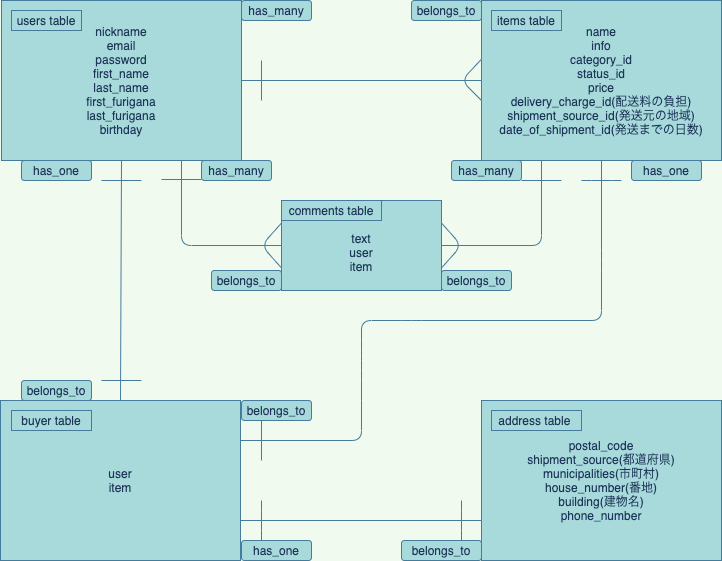
Earlier version of the draw.io export furima_ER.drawio.png (Catastor/furima-30441). Source tidied: cells renumbered, new cells last; positions are measured from the earlier drawing's top-left corner, leaving out a move shared by most shapes.
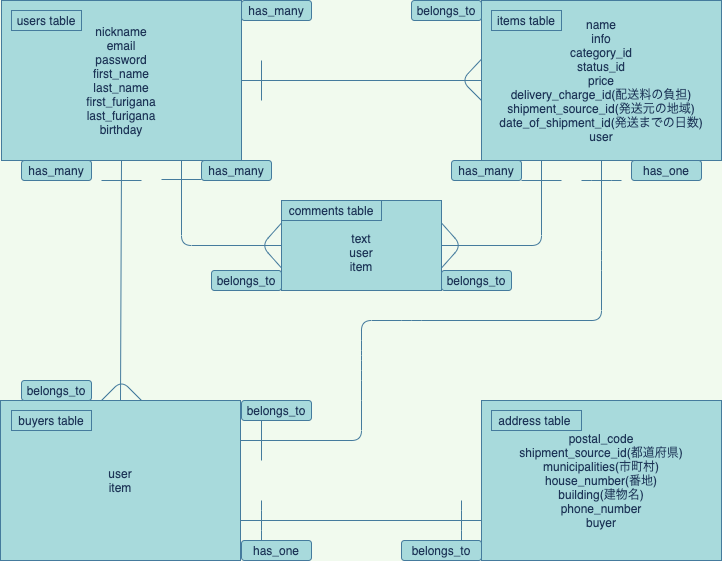
After the change.

Diff of the diagram source:
```diff
@@ -5,7 +5,7 @@
     <mxCell id="2" value="nickname&lt;br&gt;email&lt;br&gt;password&lt;br&gt;first_name&lt;br&gt;last_name&lt;br&gt;first_furigana&lt;br&gt;last_furigana&lt;br&gt;birthday" style="rounded=0;whiteSpace=wrap;html=1;fillColor=#A8DADC;strokeColor=#457B9D;fontColor=#1D3557;" parent="1" vertex="1">
       <mxGeometry x="1" width="240" height="160" as="geometry" />
     </mxCell>
-    <mxCell id="3" value="name&lt;br&gt;info&lt;br&gt;category_id&lt;br&gt;status_id&lt;br&gt;price&lt;br&gt;delivery_charge_id(配送料の負担)&lt;br&gt;shipment_source_id(発送元の地域)&lt;br&gt;date_of_shipment_id(発送までの日数)" style="rounded=0;whiteSpace=wrap;html=1;fillColor=#A8DADC;strokeColor=#457B9D;fontColor=#1D3557;" parent="1" vertex="1">
+    <mxCell id="3" value="name&lt;br&gt;info&lt;br&gt;category_id&lt;br&gt;status_id&lt;br&gt;price&lt;br&gt;delivery_charge_id(配送料の負担)&lt;br&gt;shipment_source_id(発送元の地域)&lt;br&gt;date_of_shipment_id(発送までの日数)&lt;br&gt;user" style="rounded=0;whiteSpace=wrap;html=1;fillColor=#A8DADC;strokeColor=#457B9D;fontColor=#1D3557;" parent="1" vertex="1">
       <mxGeometry x="481" width="240" height="160" as="geometry" />
     </mxCell>
     <mxCell id="4" style="endArrow=none;html=1;exitX=1;exitY=0.5;exitDx=0;exitDy=0;entryX=0;entryY=0.5;entryDx=0;entryDy=0;labelBackgroundColor=#F1FAEE;strokeColor=#457B9D;fontColor=#1D3557;" parent="1" edge="1" source="2" target="3">
@@ -14,7 +14,7 @@
     <mxCell id="5" value="&lt;br&gt;text&lt;br&gt;user&lt;br&gt;item" style="rounded=0;whiteSpace=wrap;html=1;fillColor=#A8DADC;strokeColor=#457B9D;fontColor=#1D3557;" parent="1" vertex="1">
       <mxGeometry x="281" y="200" width="160" height="90" as="geometry" />
     </mxCell>
-    <mxCell id="6" value="postal_code&lt;br&gt;shipment_source(都道府県)&lt;br&gt;municipalities(市町村)&lt;br&gt;house_number(番地)&lt;br&gt;building(建物名)&lt;br&gt;phone_number" style="rounded=0;whiteSpace=wrap;html=1;fillColor=#A8DADC;strokeColor=#457B9D;fontColor=#1D3557;" parent="1" vertex="1">
+    <mxCell id="6" value="postal_code&lt;br&gt;shipment_source_id(都道府県)&lt;br&gt;municipalities(市町村)&lt;br&gt;house_number(番地)&lt;br&gt;building(建物名)&lt;br&gt;phone_number&lt;br&gt;buyer" style="rounded=0;whiteSpace=wrap;html=1;fillColor=#A8DADC;strokeColor=#457B9D;fontColor=#1D3557;" parent="1" vertex="1">
       <mxGeometry x="481" y="400" width="240" height="160" as="geometry" />
     </mxCell>
     <mxCell id="7" value="user&lt;br&gt;item" style="rounded=0;whiteSpace=wrap;html=1;fillColor=#A8DADC;strokeColor=#457B9D;fontColor=#1D3557;" parent="1" vertex="1">
@@ -65,7 +65,7 @@
     <mxCell id="14" value="has_many" style="rounded=1;whiteSpace=wrap;html=1;fillColor=#A8DADC;strokeColor=#457B9D;fontColor=#1D3557;" parent="1" vertex="1">
       <mxGeometry x="241" width="70" height="20" as="geometry" />
     </mxCell>
-    <mxCell id="15" value="has_one" style="rounded=1;whiteSpace=wrap;html=1;fillColor=#A8DADC;strokeColor=#457B9D;fontColor=#1D3557;" parent="1" vertex="1">
+    <mxCell id="15" value="has_many" style="rounded=1;whiteSpace=wrap;html=1;fillColor=#A8DADC;strokeColor=#457B9D;fontColor=#1D3557;" parent="1" vertex="1">
       <mxGeometry x="21" y="160" width="70" height="20" as="geometry" />
     </mxCell>
     <mxCell id="16" value="belongs_to" style="rounded=1;whiteSpace=wrap;html=1;fillColor=#A8DADC;strokeColor=#457B9D;fontColor=#1D3557;" parent="1" vertex="1">
@@ -182,7 +182,7 @@
     <mxCell id="38" value="items table" style="rounded=0;whiteSpace=wrap;html=1;fillColor=#A8DADC;strokeColor=#457B9D;fontColor=#1D3557;" parent="1" vertex="1">
       <mxGeometry x="491" y="10" width="70" height="20" as="geometry" />
     </mxCell>
-    <mxCell id="39" value="buyer table" style="rounded=0;whiteSpace=wrap;html=1;fillColor=#A8DADC;strokeColor=#457B9D;fontColor=#1D3557;" parent="1" vertex="1">
+    <mxCell id="39" value="buyers table" style="rounded=0;whiteSpace=wrap;html=1;fillColor=#A8DADC;strokeColor=#457B9D;fontColor=#1D3557;" parent="1" vertex="1">
       <mxGeometry x="11" y="410" width="80" height="20" as="geometry" />
     </mxCell>
     <mxCell id="40" value="address table&amp;nbsp;" style="rounded=0;whiteSpace=wrap;html=1;fillColor=#A8DADC;strokeColor=#457B9D;fontColor=#1D3557;" parent="1" vertex="1">
@@ -193,8 +193,11 @@
     </mxCell>
     <mxCell id="42" style="endArrow=none;html=1;labelBackgroundColor=#F1FAEE;strokeColor=#457B9D;fontColor=#1D3557;" parent="1" edge="1">
       <mxGeometry relative="1" as="geometry">
-        <mxPoint x="101" y="380" as="sourcePoint" />
-        <mxPoint x="141" y="380" as="targetPoint" />
+        <mxPoint x="101" y="400" as="sourcePoint" />
+        <mxPoint x="141" y="400" as="targetPoint" />
+        <Array as="points">
+          <mxPoint x="121" y="380" />
+        </Array>
       </mxGeometry>
     </mxCell>
   </root>
```
